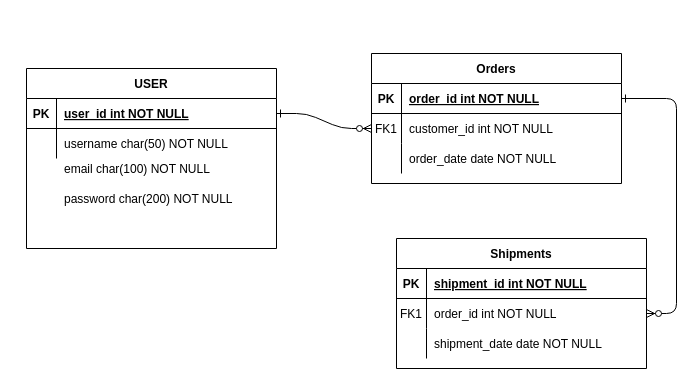
Above: Untitled Diagram.drawio in Emmanuelcik/GreenCalc-Back (draw.io), before the change. Source tidied: cells renumbered, new cells numbered last; positions are measured from the earlier drawing's top-left corner, leaving out a move shared by most shapes. Both pictures are drawn from the tidied source at 100%, with x=0, y=0 at pixel (26, 53).
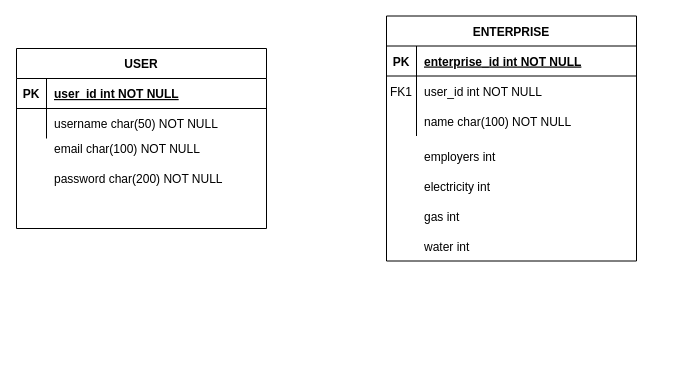
The same diagram, later.

Commit message:
Enterprise entity

The change refers to these unchanged cells:
```xml
<mxCell id="5" style="shape=partialRectangle;fillColor=none;points=[[0,0.5],[1,0.5]];portConstraint=eastwest;top=0;left=0;right=0;bottom=1;" parent="4" vertex="1">
  <mxGeometry y="30" width="250" height="30" as="geometry" />
</mxCell>
<mxCell id="8" style="shape=partialRectangle;fillColor=none;points=[[0,0.5],[1,0.5]];portConstraint=eastwest;top=0;left=0;right=0;bottom=0;" parent="4" vertex="1">
  <mxGeometry y="60" width="250" height="30" as="geometry" />
</mxCell>
<mxCell id="11" style="shape=partialRectangle;fillColor=none;top=0;left=0;right=0;bottom=0;" parent="4" vertex="1">
  <mxGeometry y="90" width="250" height="30" as="geometry" />
</mxCell>
```

What changed in the source:
```diff
@@
-    <mxCell id="2" style="edgeStyle=entityRelationEdgeStyle;endArrow=ERzeroToMany;startArrow=ERone;endFill=1;startFill=0;" parent="1" edge="1" source="25" target="8">
-      <mxGeometry relative="1" as="geometry" />
-    </mxCell>
-    <mxCell id="3" style="edgeStyle=entityRelationEdgeStyle;endArrow=ERzeroToMany;startArrow=ERone;endFill=1;startFill=0;" parent="1" edge="1" source="5" target="18">
-      <mxGeometry relative="1" as="geometry" />
-    </mxCell>
+    <mxCell id="33" style="group;" parent="1" vertex="1">
+      <mxGeometry x="-10" y="-5" width="250" height="180" as="geometry" />
+    </mxCell>
+    <mxCell id="24" value="USER" style="shape=table;startSize=30;childLayout=tableLayout;rowLines=0;fontStyle=1;align=center;" parent="33" vertex="1">
+      <mxGeometry width="250" height="180" as="geometry" />
+    </mxCell>
+    <mxCell id="25" style="shape=partialRectangle;fillColor=none;points=[[0,0.5],[1,0.5]];portConstraint=eastwest;top=0;left=0;right=0;bottom=1;" parent="24" vertex="1">
+      <mxGeometry y="30" width="250" height="30" as="geometry" />
+    </mxCell>
+    <mxCell id="26" value="PK" style="shape=partialRectangle;overflow=hidden;fillColor=none;top=0;left=0;bottom=0;right=0;fontStyle=1;" parent="25" vertex="1">
+      <mxGeometry width="30" height="30" as="geometry" />
+    </mxCell>
+    <mxCell id="27" value="user_id int NOT NULL" style="shape=partialRectangle;overflow=hidden;fillColor=none;top=0;left=0;bottom=0;right=0;align=left;spacingLeft=6;fontStyle=5;" parent="25" vertex="1">
+      <mxGeometry x="30" width="220" height="30" as="geometry" />
+    </mxCell>
+    <mxCell id="28" style="shape=partialRectangle;fillColor=none;top=0;left=0;right=0;bottom=0;" parent="24" vertex="1">
+      <mxGeometry y="60" width="250" height="30" as="geometry" />
+    </mxCell>
+    <mxCell id="29" style="shape=partialRectangle;overflow=hidden;fillColor=none;top=0;left=0;bottom=0;right=0;" parent="28" vertex="1">
+      <mxGeometry width="30" height="30" as="geometry" />
+    </mxCell>
+    <mxCell id="30" value="username char(50) NOT NULL" style="shape=partialRectangle;overflow=hidden;fillColor=none;top=0;left=0;bottom=0;right=0;align=left;spacingLeft=6;" parent="28" vertex="1">
+      <mxGeometry x="30" width="220" height="30" as="geometry" />
+    </mxCell>
+    <mxCell id="31" value="email char(100) NOT NULL" style="shape=partialRectangle;overflow=hidden;fillColor=none;top=0;left=0;bottom=0;right=0;align=left;spacingLeft=6;" parent="33" vertex="1">
+      <mxGeometry x="30" y="85" width="220" height="30" as="geometry" />
+    </mxCell>
+    <mxCell id="32" value="password char(200) NOT NULL" style="shape=partialRectangle;overflow=hidden;fillColor=none;top=0;left=0;bottom=0;right=0;align=left;spacingLeft=6;" parent="33" vertex="1">
+      <mxGeometry x="30" y="115" width="220" height="30" as="geometry" />
+    </mxCell>
+    <mxCell id="34" style="group;" parent="1" vertex="1">
+      <mxGeometry x="360" y="-37.5" width="250" height="245" as="geometry" />
+    </mxCell>
-    <mxCell id="4" value="Orders" style="shape=table;startSize=30;childLayout=tableLayout;rowLines=0;fontStyle=1;align=center;" parent="1" vertex="1">
-      <mxGeometry x="345" width="250" height="130" as="geometry" />
+    <mxCell id="4" value="ENTERPRISE" style="shape=table;startSize=30;childLayout=tableLayout;rowLines=0;fontStyle=1;align=center;" parent="34" vertex="1">
+      <mxGeometry width="250" height="245" as="geometry" />
     </mxCell>
@@
-    <mxCell id="7" value="order_id int NOT NULL " style="shape=partialRectangle;overflow=hidden;fillColor=none;top=0;left=0;bottom=0;right=0;align=left;spacingLeft=6;fontStyle=5;" parent="5" vertex="1">
+    <mxCell id="7" value="enterprise_id int NOT NULL " style="shape=partialRectangle;overflow=hidden;fillColor=none;top=0;left=0;bottom=0;right=0;align=left;spacingLeft=6;fontStyle=5;" parent="5" vertex="1">
       <mxGeometry x="30" width="220" height="30" as="geometry" />
     </mxCell>
@@
-    <mxCell id="10" value="customer_id int NOT NULL" style="shape=partialRectangle;overflow=hidden;fillColor=none;top=0;left=0;bottom=0;right=0;align=left;spacingLeft=6;" parent="8" vertex="1">
+    <mxCell id="10" value="user_id int NOT NULL" style="shape=partialRectangle;overflow=hidden;fillColor=none;top=0;left=0;bottom=0;right=0;align=left;spacingLeft=6;" parent="8" vertex="1">
       <mxGeometry x="30" width="220" height="30" as="geometry" />
     </mxCell>
@@
-    <mxCell id="13" value="order_date date NOT NULL" style="shape=partialRectangle;overflow=hidden;fillColor=none;top=0;left=0;bottom=0;right=0;align=left;spacingLeft=6;" parent="11" vertex="1">
+    <mxCell id="13" value="name char(100) NOT NULL" style="shape=partialRectangle;overflow=hidden;fillColor=none;top=0;left=0;bottom=0;right=0;align=left;spacingLeft=6;" parent="11" vertex="1">
       <mxGeometry x="30" width="220" height="30" as="geometry" />
     </mxCell>
-    <mxCell id="14" value="Shipments" style="shape=table;startSize=30;childLayout=tableLayout;rowLines=0;fontStyle=1;align=center;" parent="1" vertex="1">
-      <mxGeometry x="370" y="185" width="250" height="130" as="geometry" />
-    </mxCell>
-    <mxCell id="15" style="shape=partialRectangle;fillColor=none;top=0;left=0;right=0;bottom=1;" parent="14" vertex="1">
-      <mxGeometry y="30" width="250" height="30" as="geometry" />
-    </mxCell>
-    <mxCell id="16" value="PK" style="shape=partialRectangle;overflow=hidden;fillColor=none;top=0;left=0;bottom=0;right=0;fontStyle=1;" parent="15" vertex="1">
-      <mxGeometry width="30" height="30" as="geometry" />
-    </mxCell>
-    <mxCell id="17" value="shipment_id int NOT NULL " style="shape=partialRectangle;overflow=hidden;fillColor=none;top=0;left=0;bottom=0;right=0;align=left;spacingLeft=6;fontStyle=5;" parent="15" vertex="1">
-      <mxGeometry x="30" width="220" height="30" as="geometry" />
-    </mxCell>
-    <mxCell id="18" style="shape=partialRectangle;fillColor=none;points=[[0,0.5],[1,0.5]];portConstraint=eastwest;top=0;left=0;right=0;bottom=0;" parent="14" vertex="1">
-      <mxGeometry y="60" width="250" height="30" as="geometry" />
-    </mxCell>
-    <mxCell id="19" value="FK1" style="shape=partialRectangle;overflow=hidden;fillColor=none;top=0;left=0;bottom=0;right=0;" parent="18" vertex="1">
-      <mxGeometry width="30" height="30" as="geometry" />
-    </mxCell>
-    <mxCell id="20" value="order_id int NOT NULL" style="shape=partialRectangle;overflow=hidden;fillColor=none;top=0;left=0;bottom=0;right=0;align=left;spacingLeft=6;" parent="18" vertex="1">
-      <mxGeometry x="30" width="220" height="30" as="geometry" />
-    </mxCell>
-    <mxCell id="21" style="shape=partialRectangle;fillColor=none;top=0;left=0;right=0;bottom=0;" parent="14" vertex="1">
-      <mxGeometry y="90" width="250" height="30" as="geometry" />
-    </mxCell>
-    <mxCell id="22" style="shape=partialRectangle;overflow=hidden;fillColor=none;top=0;left=0;bottom=0;right=0;" parent="21" vertex="1">
-      <mxGeometry width="30" height="30" as="geometry" />
-    </mxCell>
-    <mxCell id="23" value="shipment_date date NOT NULL" style="shape=partialRectangle;overflow=hidden;fillColor=none;top=0;left=0;bottom=0;right=0;align=left;spacingLeft=6;" parent="21" vertex="1">
-      <mxGeometry x="30" width="220" height="30" as="geometry" />
-    </mxCell>
-    <mxCell id="24" value="USER" style="shape=table;startSize=30;childLayout=tableLayout;rowLines=0;fontStyle=1;align=center;" parent="1" vertex="1">
-      <mxGeometry y="15" width="250" height="180" as="geometry" />
-    </mxCell>
-    <mxCell id="25" style="shape=partialRectangle;fillColor=none;points=[[0,0.5],[1,0.5]];portConstraint=eastwest;top=0;left=0;right=0;bottom=1;" parent="24" vertex="1">
-      <mxGeometry y="30" width="250" height="30" as="geometry" />
-    </mxCell>
-    <mxCell id="26" value="PK" style="shape=partialRectangle;overflow=hidden;fillColor=none;top=0;left=0;bottom=0;right=0;fontStyle=1;" parent="25" vertex="1">
-      <mxGeometry width="30" height="30" as="geometry" />
-    </mxCell>
-    <mxCell id="27" value="user_id int NOT NULL" style="shape=partialRectangle;overflow=hidden;fillColor=none;top=0;left=0;bottom=0;right=0;align=left;spacingLeft=6;fontStyle=5;" parent="25" vertex="1">
-      <mxGeometry x="30" width="220" height="30" as="geometry" />
-    </mxCell>
-    <mxCell id="28" style="shape=partialRectangle;fillColor=none;top=0;left=0;right=0;bottom=0;" parent="24" vertex="1">
-      <mxGeometry y="60" width="250" height="30" as="geometry" />
-    </mxCell>
-    <mxCell id="29" style="shape=partialRectangle;overflow=hidden;fillColor=none;top=0;left=0;bottom=0;right=0;" parent="28" vertex="1">
-      <mxGeometry width="30" height="30" as="geometry" />
-    </mxCell>
-    <mxCell id="30" value="username char(50) NOT NULL" style="shape=partialRectangle;overflow=hidden;fillColor=none;top=0;left=0;bottom=0;right=0;align=left;spacingLeft=6;" parent="28" vertex="1">
-      <mxGeometry x="30" width="220" height="30" as="geometry" />
-    </mxCell>
-    <mxCell id="31" value="email char(100) NOT NULL" style="shape=partialRectangle;overflow=hidden;fillColor=none;top=0;left=0;bottom=0;right=0;align=left;spacingLeft=6;" parent="1" vertex="1">
-      <mxGeometry x="30" y="100" width="220" height="30" as="geometry" />
-    </mxCell>
-    <mxCell id="32" value="password char(200) NOT NULL" style="shape=partialRectangle;overflow=hidden;fillColor=none;top=0;left=0;bottom=0;right=0;align=left;spacingLeft=6;" parent="1" vertex="1">
-      <mxGeometry x="30" y="130" width="220" height="30" as="geometry" />
-    </mxCell>
+    <mxCell id="35" value="employers int" style="shape=partialRectangle;overflow=hidden;fillColor=none;top=0;left=0;bottom=0;right=0;align=left;spacingLeft=6;" parent="34" vertex="1">
+      <mxGeometry x="30" y="125" width="220" height="30" as="geometry" />
+    </mxCell>
+    <mxCell id="36" value="electricity int" style="shape=partialRectangle;overflow=hidden;fillColor=none;top=0;left=0;bottom=0;right=0;align=left;spacingLeft=6;" parent="34" vertex="1">
+      <mxGeometry x="30" y="155" width="220" height="30" as="geometry" />
+    </mxCell>
+    <mxCell id="37" value="gas int" style="shape=partialRectangle;overflow=hidden;fillColor=none;top=0;left=0;bottom=0;right=0;align=left;spacingLeft=6;" parent="34" vertex="1">
+      <mxGeometry x="30" y="185" width="220" height="30" as="geometry" />
+    </mxCell>
+    <mxCell id="38" value="water int" style="shape=partialRectangle;overflow=hidden;fillColor=none;top=0;left=0;bottom=0;right=0;align=left;spacingLeft=6;" parent="34" vertex="1">
+      <mxGeometry x="30" y="215" width="220" height="30" as="geometry" />
+    </mxCell>
```
